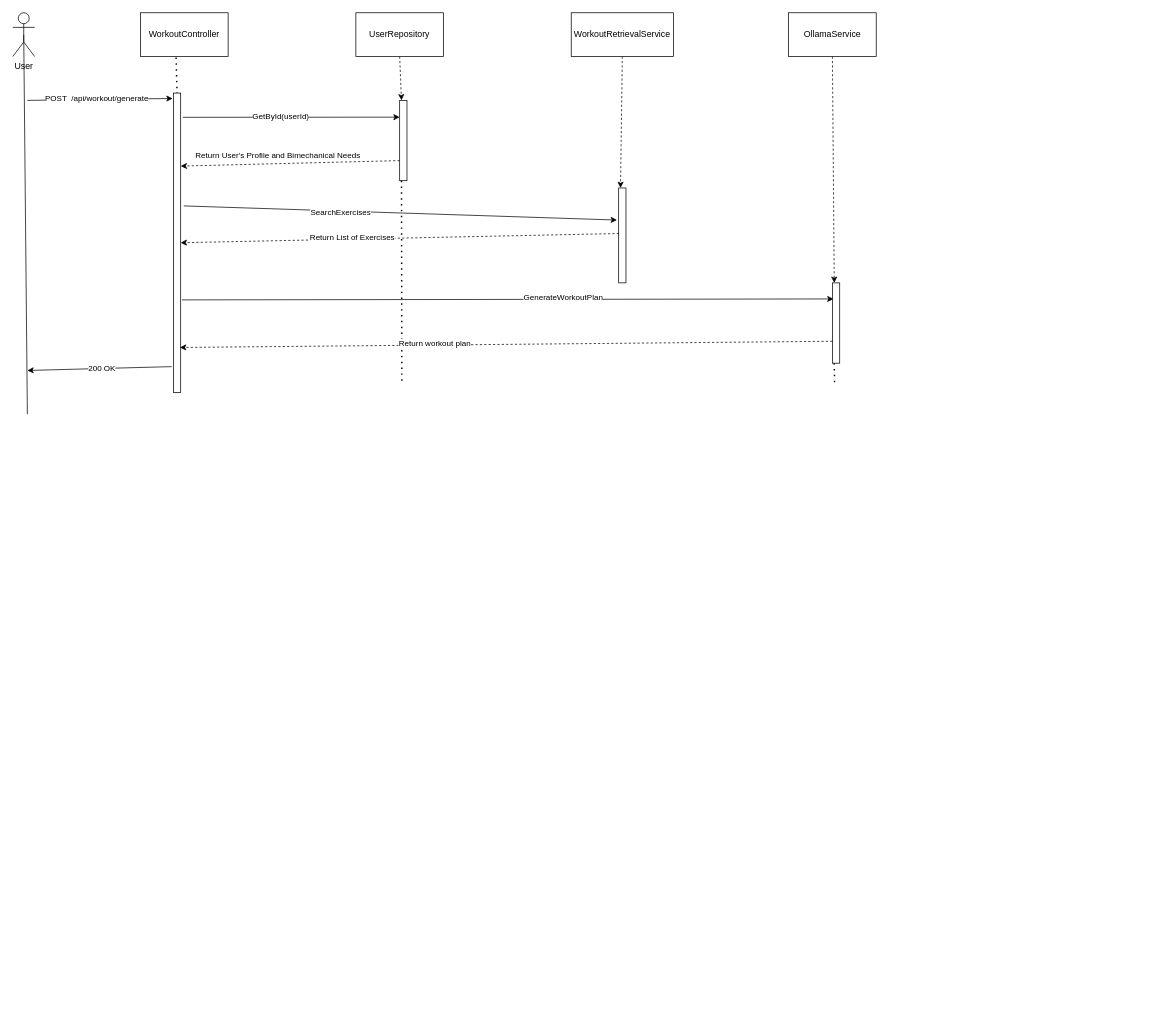
This is page "Sequence Diagram" (3 of 5) of Diagram/Untitled Diagram.drawio from hieucao2404/WorkoutRag, a draw.io file, before an edit. Source tidied: cells renumbered, new cells numbered last; positions are measured from the earlier drawing's top-left corner, leaving out a move shared by most shapes. Both pictures are drawn from the tidied source at 73%, with x=0, y=0 at pixel (12, 12).
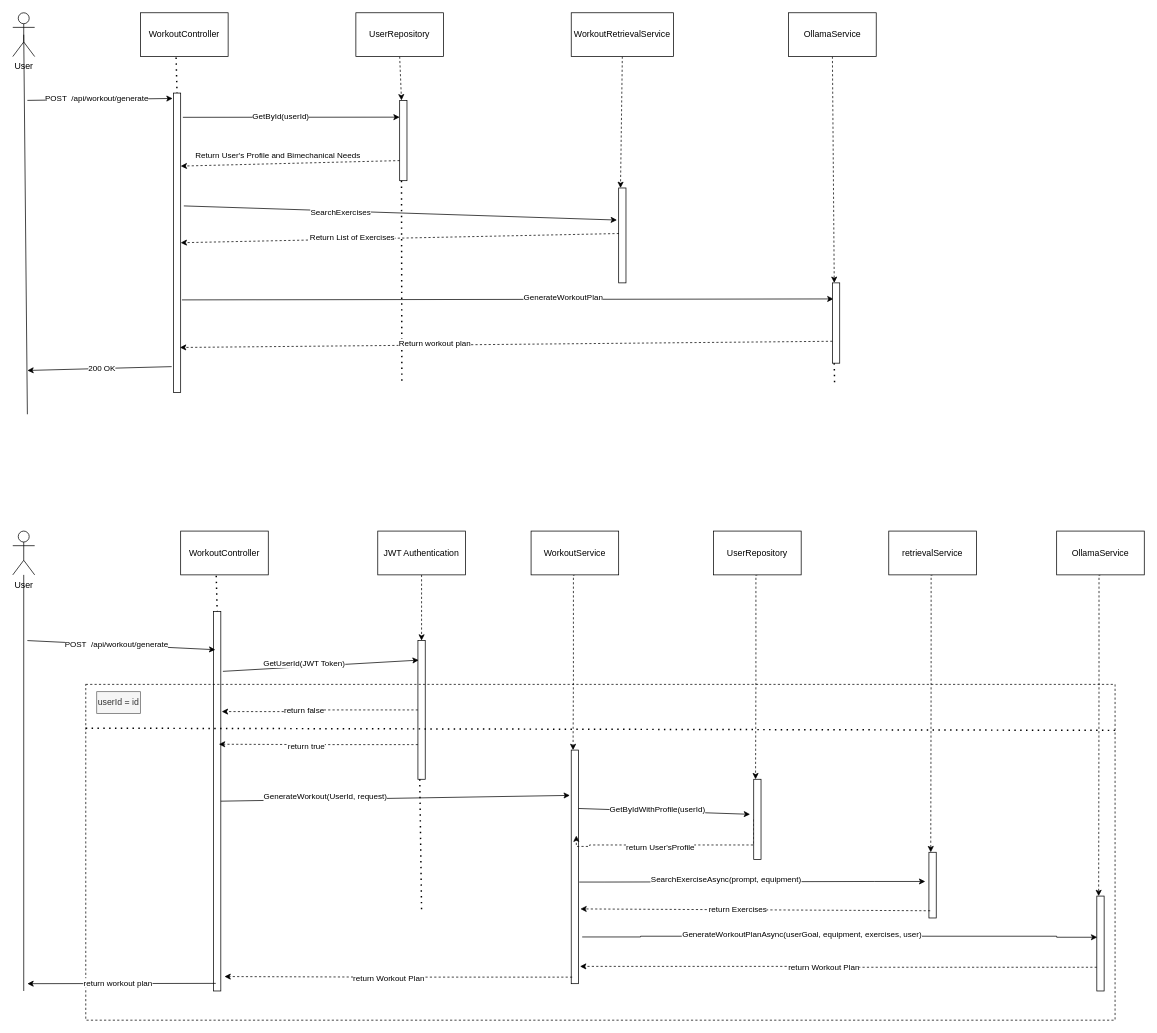
After the change.

The edit, as a diff of the source:
```diff
@@
+    <mxCell id="34" value="User" style="shape=umlActor;verticalLabelPosition=bottom;verticalAlign=top;html=1;outlineConnect=0;" parent="1" vertex="1">
+      <mxGeometry y="710" width="30" height="60" as="geometry" />
+    </mxCell>
+    <mxCell id="35" style="endArrow=none;html=1;rounded=0;" parent="1" edge="1" source="34">
+      <mxGeometry relative="1" as="geometry">
+        <mxPoint x="15" y="1340" as="targetPoint" />
+      </mxGeometry>
+    </mxCell>
+    <mxCell id="36" value="WorkoutController" style="rounded=0;whiteSpace=wrap;html=1;" parent="1" vertex="1">
+      <mxGeometry x="230" y="710" width="120" height="60" as="geometry" />
+    </mxCell>
+    <mxCell id="37" style="rounded=0;whiteSpace=wrap;html=1;" parent="1" vertex="1">
+      <mxGeometry x="275" y="820" width="10" height="520" as="geometry" />
+    </mxCell>
+    <mxCell id="38" style="endArrow=none;dashed=1;html=1;dashPattern=1 3;strokeWidth=2;rounded=0;exitX=0.406;exitY=1.022;exitDx=0;exitDy=0;exitPerimeter=0;entryX=0.5;entryY=0;entryDx=0;entryDy=0;" parent="1" edge="1" source="36" target="37">
+      <mxGeometry relative="1" as="geometry" />
+    </mxCell>
+    <mxCell id="39" style="endArrow=classic;html=1;rounded=0;entryX=0.242;entryY=0.101;entryDx=0;entryDy=0;entryPerimeter=0;" parent="1" edge="1" target="37">
+      <mxGeometry relative="1" as="geometry">
+        <mxPoint x="20" y="860" as="sourcePoint" />
+      </mxGeometry>
+    </mxCell>
+    <mxCell id="40" value="POST&amp;nbsp; /api/workout/generate" style="edgeLabel;html=1;align=center;verticalAlign=middle;" parent="39" vertex="1">
+      <mxGeometry x="-0.05" y="1" relative="1" as="geometry" />
+    </mxCell>
+    <mxCell id="41" style="rounded=0;jettySize=auto;html=1;exitX=0.5;exitY=1;exitDx=0;exitDy=0;dashed=1;entryX=0.5;entryY=0;entryDx=0;entryDy=0;" parent="1" edge="1" source="42" target="45">
+      <mxGeometry relative="1" as="geometry" />
+    </mxCell>
+    <mxCell id="42" value="JWT Authentication" style="rounded=0;whiteSpace=wrap;html=1;" parent="1" vertex="1">
+      <mxGeometry x="500" y="710" width="120" height="60" as="geometry" />
+    </mxCell>
+    <mxCell id="43" style="edgeStyle=orthogonalEdgeStyle;rounded=0;jettySize=auto;html=1;exitX=0;exitY=0.5;exitDx=0;exitDy=0;dashed=1;entryX=1.132;entryY=0.264;entryDx=0;entryDy=0;entryPerimeter=0;" parent="1" edge="1" source="45" target="37">
+      <mxGeometry relative="1" as="geometry" />
+    </mxCell>
+    <mxCell id="44" value="return false" style="edgeLabel;html=1;align=center;verticalAlign=middle;" parent="43" vertex="1">
+      <mxGeometry x="0.17" y="-2" relative="1" as="geometry" />
+    </mxCell>
+    <mxCell id="45" style="rounded=0;whiteSpace=wrap;html=1;" parent="1" vertex="1">
+      <mxGeometry x="555" y="860" width="10" height="190" as="geometry" />
+    </mxCell>
+    <mxCell id="46" style="endArrow=classic;html=1;rounded=0;exitX=1.282;exitY=0.158;exitDx=0;exitDy=0;exitPerimeter=0;entryX=0.105;entryY=0.141;entryDx=0;entryDy=0;entryPerimeter=0;" parent="1" edge="1" source="37" target="45">
+      <mxGeometry relative="1" as="geometry" />
+    </mxCell>
+    <mxCell id="47" value="GetUserId(JWT Token)" style="edgeLabel;html=1;align=center;verticalAlign=middle;" parent="46" vertex="1">
+      <mxGeometry x="-0.17" y="5" relative="1" as="geometry" />
+    </mxCell>
+    <mxCell id="48" style="rounded=0;whiteSpace=wrap;html=1;gradientColor=default;fillColor=none;dashed=1;" parent="1" vertex="1">
+      <mxGeometry x="100" y="920" width="1410" height="460" as="geometry" />
+    </mxCell>
+    <mxCell id="49" value="userId = id" style="text;html=1;whiteSpace=wrap;strokeColor=#666666;fillColor=#f5f5f5;align=center;verticalAlign=middle;rounded=0;fontColor=#333333;" parent="1" vertex="1">
+      <mxGeometry x="115" y="930" width="60" height="30" as="geometry" />
+    </mxCell>
+    <mxCell id="50" style="edgeStyle=orthogonalEdgeStyle;rounded=0;jettySize=auto;html=1;exitX=0;exitY=0.75;exitDx=0;exitDy=0;dashed=1;entryX=0.732;entryY=0.35;entryDx=0;entryDy=0;entryPerimeter=0;" parent="1" edge="1" source="45" target="37">
+      <mxGeometry relative="1" as="geometry" />
+    </mxCell>
+    <mxCell id="51" value="return true" style="edgeLabel;html=1;align=center;verticalAlign=middle;" parent="50" vertex="1">
+      <mxGeometry x="0.13" y="2" relative="1" as="geometry" />
+    </mxCell>
+    <mxCell id="52" style="endArrow=none;dashed=1;html=1;dashPattern=1 3;strokeWidth=2;rounded=0;exitX=-0.001;exitY=0.21;exitDx=0;exitDy=0;entryX=1.001;entryY=0.137;entryDx=0;entryDy=0;entryPerimeter=0;exitPerimeter=0;" parent="1" edge="1" target="48">
+      <mxGeometry relative="1" as="geometry">
+        <mxPoint x="100" y="980" as="sourcePoint" />
+      </mxGeometry>
+    </mxCell>
+    <mxCell id="53" style="endArrow=classic;html=1;rounded=0;exitX=1;exitY=0.5;exitDx=0;exitDy=0;entryX=-0.184;entryY=0.194;entryDx=0;entryDy=0;entryPerimeter=0;" parent="1" edge="1" source="37" target="60">
+      <mxGeometry relative="1" as="geometry" />
+    </mxCell>
+    <mxCell id="54" value="GenerateWorkout(UserId, request)" style="edgeLabel;html=1;align=center;verticalAlign=middle;" parent="53" vertex="1">
+      <mxGeometry x="-0.4" y="4" relative="1" as="geometry" />
+    </mxCell>
+    <mxCell id="55" style="endArrow=none;dashed=1;html=1;dashPattern=1 3;strokeWidth=2;rounded=0;exitX=0.25;exitY=1;exitDx=0;exitDy=0;" parent="1" edge="1" source="45">
+      <mxGeometry relative="1" as="geometry">
+        <mxPoint x="560" y="1230" as="targetPoint" />
+      </mxGeometry>
+    </mxCell>
+    <mxCell id="56" style="edgeStyle=orthogonalEdgeStyle;rounded=0;jettySize=auto;html=1;exitX=0.5;exitY=1;exitDx=0;exitDy=0;entryX=0.25;entryY=0;entryDx=0;entryDy=0;dashed=1;" parent="1" edge="1" source="57" target="60">
+      <mxGeometry relative="1" as="geometry">
+        <Array as="points">
+          <mxPoint x="768" y="770" />
+          <mxPoint x="768" y="910" />
+        </Array>
+      </mxGeometry>
+    </mxCell>
+    <mxCell id="57" value="WorkoutService" style="rounded=0;whiteSpace=wrap;html=1;" parent="1" vertex="1">
+      <mxGeometry x="710" y="710" width="120" height="60" as="geometry" />
+    </mxCell>
+    <mxCell id="58" style="edgeStyle=orthogonalEdgeStyle;rounded=0;jettySize=auto;html=1;exitX=1.096;exitY=0.565;exitDx=0;exitDy=0;exitPerimeter=0;" parent="1" edge="1" source="60">
+      <mxGeometry relative="1" as="geometry">
+        <mxPoint x="1250" y="1190" as="targetPoint" />
+        <Array as="points">
+          <mxPoint x="810" y="1191" />
+          <mxPoint x="810" y="1190" />
+          <mxPoint x="1180" y="1190" />
+        </Array>
+      </mxGeometry>
+    </mxCell>
+    <mxCell id="59" value="SearchExerciseAsync(prompt, equipment)" style="edgeLabel;html=1;align=center;verticalAlign=middle;" parent="58" vertex="1">
+      <mxGeometry x="-0.15" y="4" relative="1" as="geometry" />
+    </mxCell>
+    <mxCell id="60" style="rounded=0;whiteSpace=wrap;html=1;" parent="1" vertex="1">
+      <mxGeometry x="765" y="1010" width="10" height="320" as="geometry" />
+    </mxCell>
+    <mxCell id="61" style="endArrow=classic;html=1;rounded=0;exitX=1;exitY=0.25;exitDx=0;exitDy=0;" parent="1" edge="1" source="60">
+      <mxGeometry relative="1" as="geometry">
+        <mxPoint x="1010" y="1098" as="targetPoint" />
+      </mxGeometry>
+    </mxCell>
+    <mxCell id="62" value="GetByIdWithProfile(userId)" style="edgeLabel;html=1;align=center;verticalAlign=middle;" parent="61" vertex="1">
+      <mxGeometry x="-0.09" y="3" relative="1" as="geometry" />
+    </mxCell>
+    <mxCell id="63" style="edgeStyle=orthogonalEdgeStyle;rounded=0;jettySize=auto;html=1;exitX=0.5;exitY=1;exitDx=0;exitDy=0;entryX=0.25;entryY=0;entryDx=0;entryDy=0;dashed=1;" parent="1" edge="1" source="64" target="67">
+      <mxGeometry relative="1" as="geometry">
+        <Array as="points">
+          <mxPoint x="1018" y="770" />
+          <mxPoint x="1018" y="910" />
+        </Array>
+      </mxGeometry>
+    </mxCell>
+    <mxCell id="64" value="UserRepository" style="rounded=0;whiteSpace=wrap;html=1;" parent="1" vertex="1">
+      <mxGeometry x="960" y="710" width="120" height="60" as="geometry" />
+    </mxCell>
+    <mxCell id="65" style="edgeStyle=orthogonalEdgeStyle;rounded=0;jettySize=auto;html=1;exitX=0;exitY=0.5;exitDx=0;exitDy=0;dashed=1;entryX=0.696;entryY=0.366;entryDx=0;entryDy=0;entryPerimeter=0;" parent="1" edge="1" source="67" target="60">
+      <mxGeometry relative="1" as="geometry">
+        <Array as="points">
+          <mxPoint x="1015" y="1140" />
+          <mxPoint x="790" y="1140" />
+          <mxPoint x="790" y="1142" />
+        </Array>
+      </mxGeometry>
+    </mxCell>
+    <mxCell id="66" value="return User'sProfile" style="edgeLabel;html=1;align=center;verticalAlign=middle;" parent="65" vertex="1">
+      <mxGeometry x="0.11" y="2" relative="1" as="geometry" />
+    </mxCell>
+    <mxCell id="67" style="rounded=0;whiteSpace=wrap;html=1;" parent="1" vertex="1">
+      <mxGeometry x="1015" y="1050" width="10" height="110" as="geometry" />
+    </mxCell>
+    <mxCell id="68" style="edgeStyle=orthogonalEdgeStyle;rounded=0;jettySize=auto;html=1;exitX=0.5;exitY=1;exitDx=0;exitDy=0;entryX=0.25;entryY=0;entryDx=0;entryDy=0;dashed=1;" parent="1" edge="1" source="69" target="70">
+      <mxGeometry relative="1" as="geometry">
+        <Array as="points">
+          <mxPoint x="1258" y="770" />
+          <mxPoint x="1258" y="910" />
+        </Array>
+      </mxGeometry>
+    </mxCell>
+    <mxCell id="69" value="retrievalService" style="rounded=0;whiteSpace=wrap;html=1;" parent="1" vertex="1">
+      <mxGeometry x="1200" y="710" width="120" height="60" as="geometry" />
+    </mxCell>
+    <mxCell id="70" style="rounded=0;whiteSpace=wrap;html=1;" parent="1" vertex="1">
+      <mxGeometry x="1255" y="1150" width="10" height="90" as="geometry" />
+    </mxCell>
+    <mxCell id="71" style="endArrow=classic;html=1;rounded=0;exitX=0.176;exitY=0.89;exitDx=0;exitDy=0;exitPerimeter=0;entryX=1.256;entryY=0.68;entryDx=0;entryDy=0;entryPerimeter=0;dashed=1;" parent="1" edge="1" source="70" target="60">
+      <mxGeometry relative="1" as="geometry" />
+    </mxCell>
+    <mxCell id="72" value="return Exercises" style="edgeLabel;html=1;align=center;verticalAlign=middle;" parent="71" vertex="1">
+      <mxGeometry x="0.1" y="-1" relative="1" as="geometry" />
+    </mxCell>
+    <mxCell id="73" style="edgeStyle=orthogonalEdgeStyle;rounded=0;jettySize=auto;html=1;exitX=0.5;exitY=1;exitDx=0;exitDy=0;entryX=0.25;entryY=0;entryDx=0;entryDy=0;dashed=1;" parent="1" edge="1" source="74" target="75">
+      <mxGeometry relative="1" as="geometry">
+        <Array as="points">
+          <mxPoint x="1488" y="770" />
+          <mxPoint x="1488" y="910" />
+        </Array>
+      </mxGeometry>
+    </mxCell>
+    <mxCell id="74" value="OllamaService" style="rounded=0;whiteSpace=wrap;html=1;" parent="1" vertex="1">
+      <mxGeometry x="1430" y="710" width="120" height="60" as="geometry" />
+    </mxCell>
+    <mxCell id="75" style="rounded=0;whiteSpace=wrap;html=1;" parent="1" vertex="1">
+      <mxGeometry x="1485" y="1210" width="10" height="130" as="geometry" />
+    </mxCell>
+    <mxCell id="76" style="edgeStyle=orthogonalEdgeStyle;rounded=0;jettySize=auto;html=1;entryX=0.056;entryY=0.434;entryDx=0;entryDy=0;entryPerimeter=0;" parent="1" edge="1" target="75">
+      <mxGeometry relative="1" as="geometry">
+        <mxPoint x="780" y="1266" as="sourcePoint" />
+        <Array as="points">
+          <mxPoint x="860" y="1265" />
+          <mxPoint x="1430" y="1265" />
+          <mxPoint x="1430" y="1266" />
+        </Array>
+      </mxGeometry>
+    </mxCell>
+    <mxCell id="77" value="GenerateWorkoutPlanAsync(userGoal, equipment, exercises, user)" style="edgeLabel;html=1;align=center;verticalAlign=middle;" parent="76" vertex="1">
+      <mxGeometry x="-0.15" y="4" relative="1" as="geometry" />
+    </mxCell>
+    <mxCell id="78" style="edgeStyle=orthogonalEdgeStyle;rounded=0;jettySize=auto;html=1;exitX=0;exitY=0.75;exitDx=0;exitDy=0;entryX=1.205;entryY=0.926;entryDx=0;entryDy=0;entryPerimeter=0;dashed=1;" parent="1" edge="1" source="75" target="60">
+      <mxGeometry relative="1" as="geometry" />
+    </mxCell>
+    <mxCell id="79" value="return Workout Plan" style="edgeLabel;html=1;align=center;verticalAlign=middle;" parent="78" vertex="1">
+      <mxGeometry x="0.06" y="1" relative="1" as="geometry" />
+    </mxCell>
+    <mxCell id="80" style="edgeStyle=orthogonalEdgeStyle;rounded=0;jettySize=auto;html=1;dashed=1;exitX=0.132;exitY=0.972;exitDx=0;exitDy=0;exitPerimeter=0;entryX=1.5;entryY=0.962;entryDx=0;entryDy=0;entryPerimeter=0;" parent="1" edge="1" source="60" target="37">
+      <mxGeometry relative="1" as="geometry">
+        <Array as="points">
+          <mxPoint x="500" y="1321" />
+        </Array>
+      </mxGeometry>
+    </mxCell>
+    <mxCell id="81" value="return Workout Plan" style="edgeLabel;html=1;align=center;verticalAlign=middle;" parent="80" vertex="1">
+      <mxGeometry x="0.06" y="1" relative="1" as="geometry" />
+    </mxCell>
+    <mxCell id="82" style="endArrow=classic;html=1;rounded=0;exitX=0.308;exitY=0.98;exitDx=0;exitDy=0;exitPerimeter=0;" parent="1" edge="1" source="37">
+      <mxGeometry relative="1" as="geometry">
+        <mxPoint x="20" y="1330" as="targetPoint" />
+      </mxGeometry>
+    </mxCell>
+    <mxCell id="83" value="return workout plan" style="edgeLabel;html=1;align=center;verticalAlign=middle;" parent="82" vertex="1">
+      <mxGeometry x="0.05" y="-1" relative="1" as="geometry" />
+    </mxCell>
```
